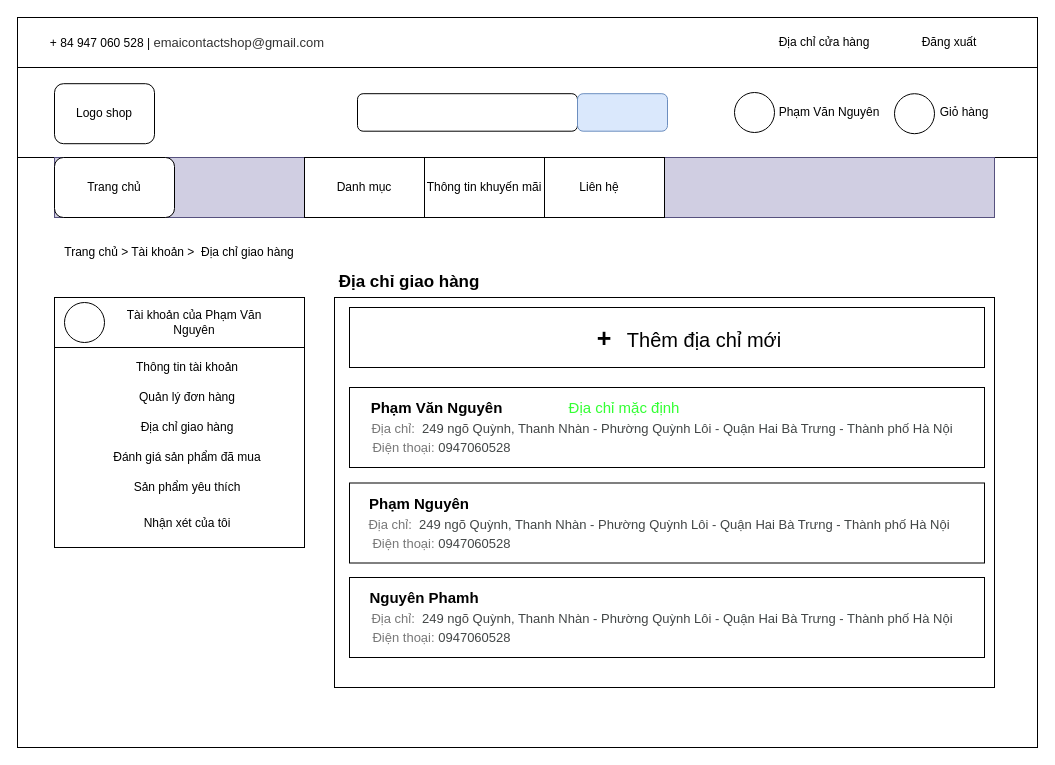
Before: mockup-fe/address-mockup.drawio in nguyenphamvan/datn_20202, a draw.io diagram. Source tidied: cells renumbered, new cells numbered last; positions are measured from the earlier drawing's top-left corner, leaving out a move shared by most shapes. Both pictures are drawn from the tidied source at 100%, with x=0, y=0 at pixel (17, 17).
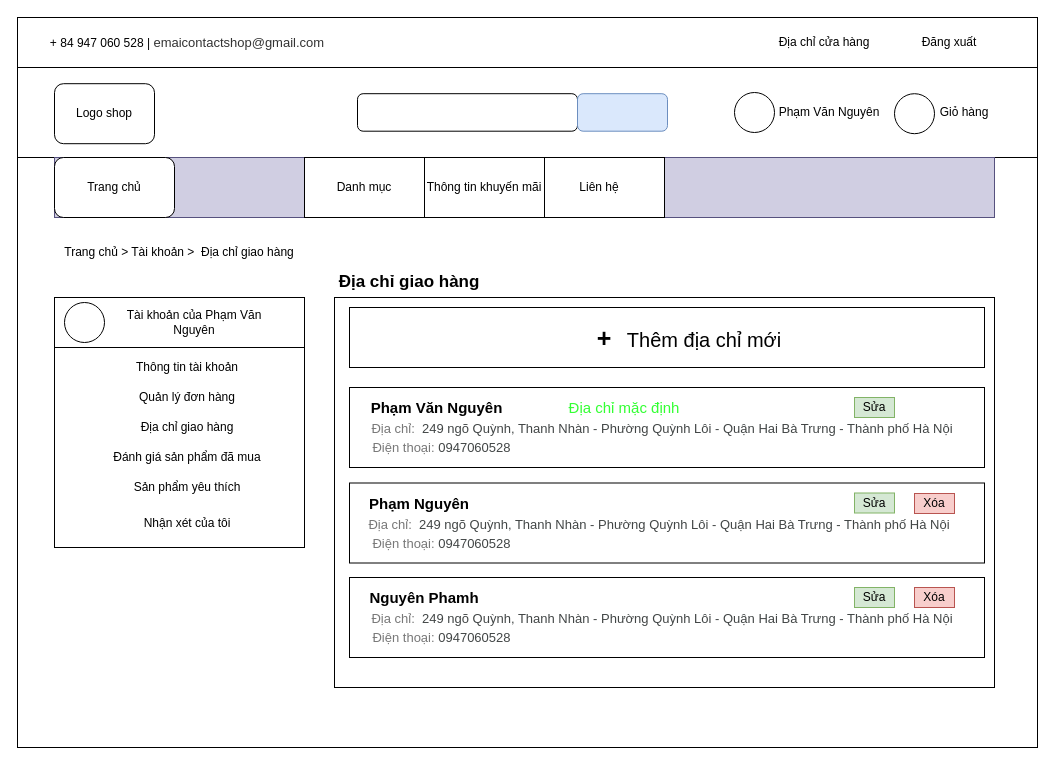
Above is the later version.

What changed in the source:
```diff
@@
+    <mxCell id="54" value="Sửa" style="text;html=1;strokeColor=#82b366;fillColor=#d5e8d4;align=center;verticalAlign=middle;whiteSpace=wrap;rounded=0;" parent="1" vertex="1">
+      <mxGeometry x="837" y="380" width="40" height="20" as="geometry" />
+    </mxCell>
+    <mxCell id="55" value="Sửa" style="text;html=1;strokeColor=#82b366;fillColor=#d5e8d4;align=center;verticalAlign=middle;whiteSpace=wrap;rounded=0;" parent="1" vertex="1">
+      <mxGeometry x="837" y="475.5" width="40" height="20" as="geometry" />
+    </mxCell>
+    <mxCell id="56" value="Sửa" style="text;html=1;strokeColor=#82b366;fillColor=#d5e8d4;align=center;verticalAlign=middle;whiteSpace=wrap;rounded=0;" parent="1" vertex="1">
+      <mxGeometry x="837" y="570" width="40" height="20" as="geometry" />
+    </mxCell>
+    <mxCell id="57" value="Xóa" style="text;html=1;strokeColor=#b85450;fillColor=#f8cecc;align=center;verticalAlign=middle;whiteSpace=wrap;rounded=0;" parent="1" vertex="1">
+      <mxGeometry x="897" y="476" width="40" height="20" as="geometry" />
+    </mxCell>
+    <mxCell id="58" value="Xóa" style="text;html=1;strokeColor=#b85450;fillColor=#f8cecc;align=center;verticalAlign=middle;whiteSpace=wrap;rounded=0;" parent="1" vertex="1">
+      <mxGeometry x="897" y="570" width="40" height="20" as="geometry" />
+    </mxCell>
```
